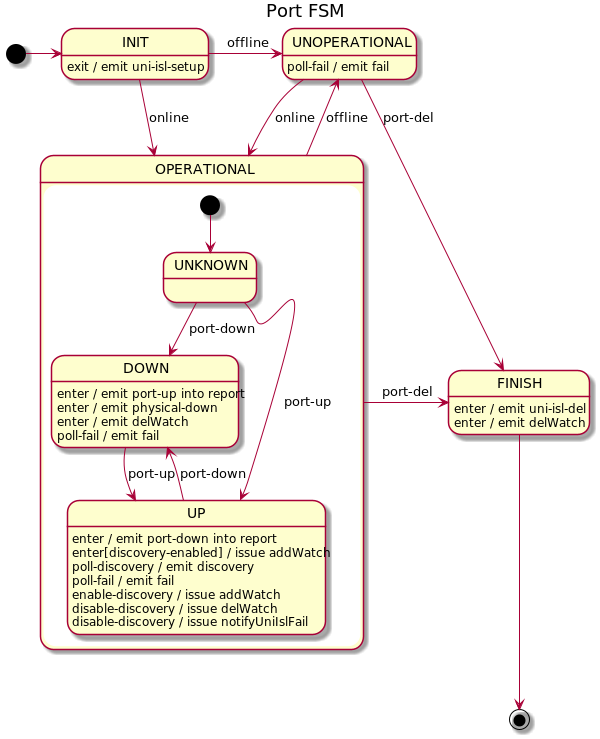
telstra/open-kilda keeps this PlantUML diagram as docs/design/network-discovery/port-FSM.png. Above is the earlier version.
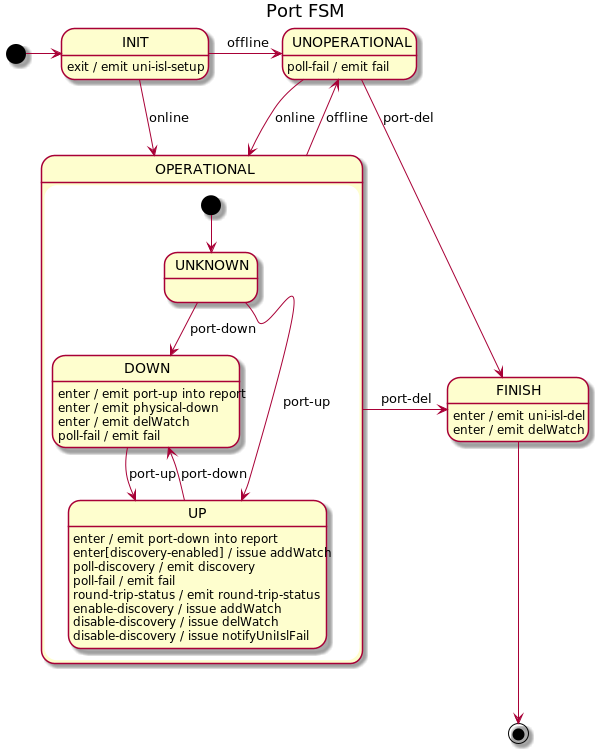
Above is the later version.

What changed in the source:
```diff
@@ -24,6 +24,7 @@
     UP : enter[discovery-enabled] / issue addWatch
     UP : poll-discovery / emit discovery
     UP : poll-fail / emit fail
+    UP : round-trip-status / emit round-trip-status
     UP : enable-discovery / issue addWatch
     UP : disable-discovery / issue delWatch
     UP : disable-discovery / issue notifyUniIslFail
```
